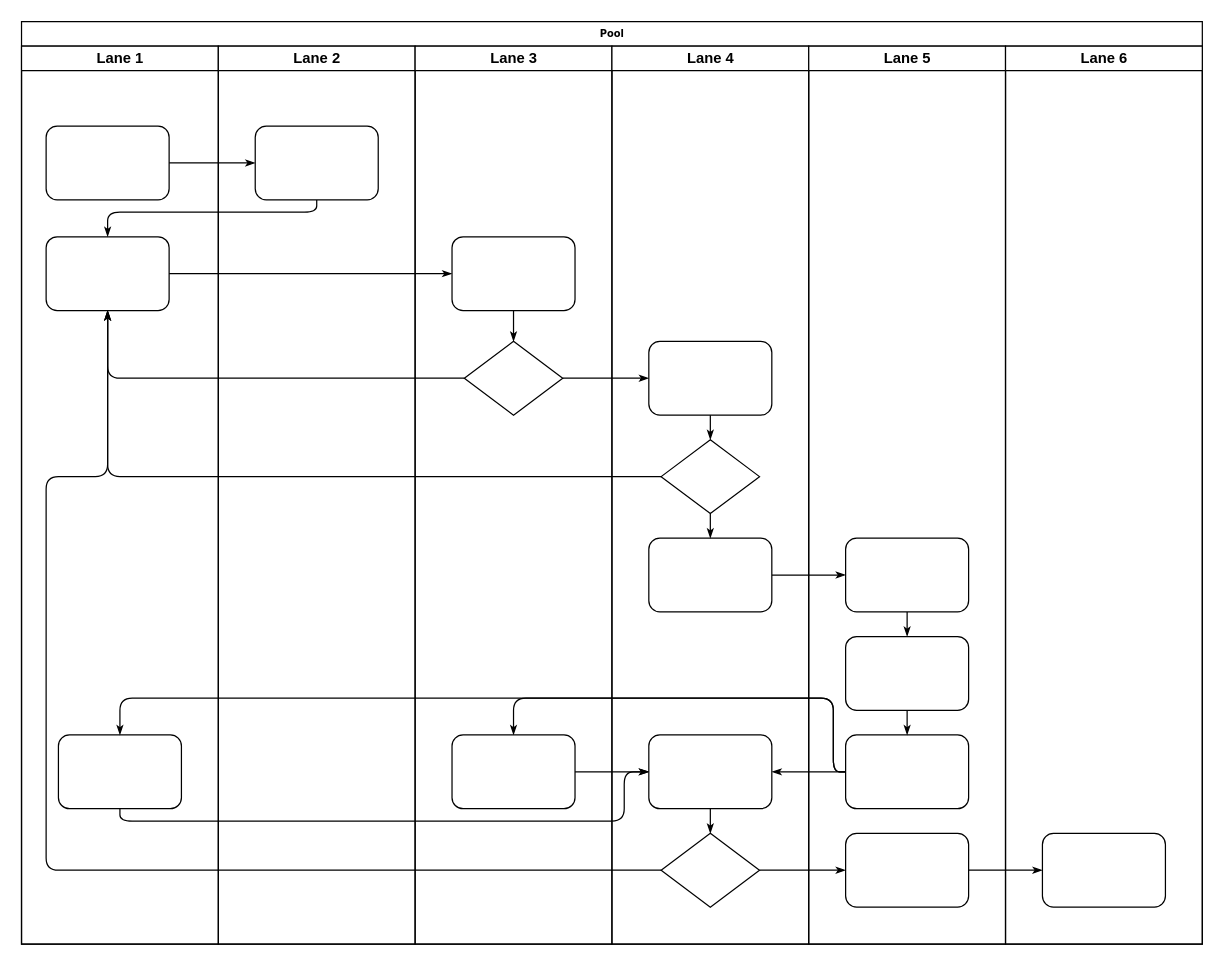
The draw.io diagram OpenDB.drawio in hayden-pzhou/drawioChart, before the edit. Source tidied: cells renumbered, new cells numbered last; positions are measured from the earlier drawing's top-left corner, leaving out a move shared by most shapes. Both pictures are drawn from the tidied source at 123%, with x=0, y=0 at pixel (21, 21).
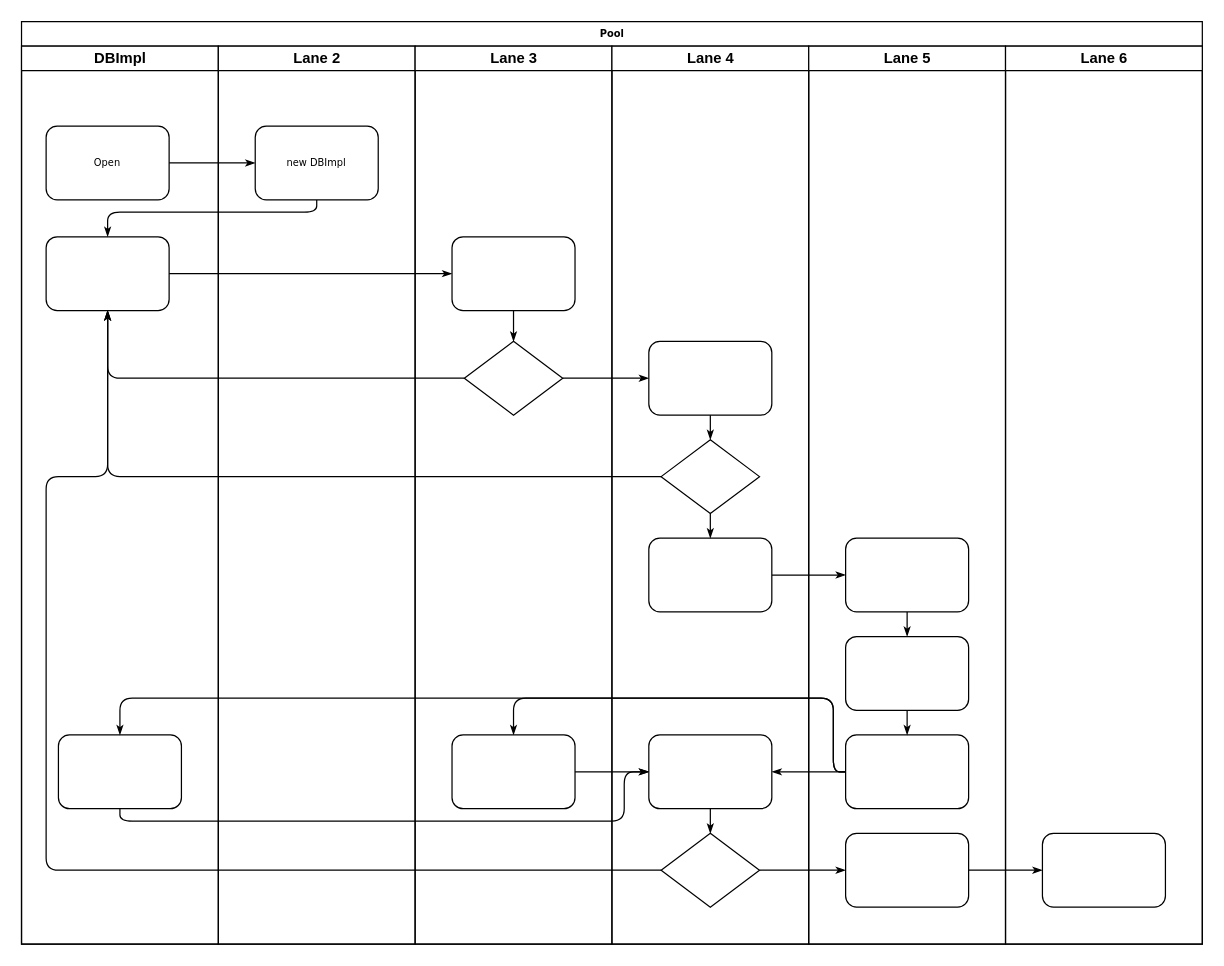
The same page after the edit.

Unchanged cells that the change refers to:
```xml
<mxCell id="2" value="Pool" style="swimlane;html=1;startSize=20;rounded=0;shadow=0;labelBackgroundColor=none;strokeWidth=1;fontFamily=Verdana;fontSize=8;align=center;" parent="1" vertex="1">
  <mxGeometry width="960" height="750" as="geometry" />
</mxCell>
<mxCell id="22" value="Lane 2" style="swimlane;html=1;startSize=20;" parent="2" vertex="1">
  <mxGeometry x="160" y="20" width="160" height="730" as="geometry" />
</mxCell>
```

Change to the diagram source:
```diff
@@
-    <mxCell id="3" value="Lane 1" style="swimlane;html=1;startSize=20;" parent="2" vertex="1">
+    <mxCell id="3" value="DBImpl" style="swimlane;html=1;startSize=20;" parent="2" vertex="1">
       <mxGeometry y="20" width="160" height="730" as="geometry" />
     </mxCell>
-    <mxCell id="4" style="rounded=1;whiteSpace=wrap;html=1;shadow=0;labelBackgroundColor=none;strokeWidth=1;fontFamily=Verdana;fontSize=8;align=center;" parent="3" vertex="1">
+    <mxCell id="4" value="Open" style="rounded=1;whiteSpace=wrap;html=1;shadow=0;labelBackgroundColor=none;strokeWidth=1;fontFamily=Verdana;fontSize=8;align=center;" parent="3" vertex="1">
       <mxGeometry x="20" y="65" width="100" height="60" as="geometry" />
     </mxCell>
@@
-    <mxCell id="23" style="rounded=1;whiteSpace=wrap;html=1;shadow=0;labelBackgroundColor=none;strokeWidth=1;fontFamily=Verdana;fontSize=8;align=center;" parent="22" vertex="1">
+    <mxCell id="23" value="new DBImpl" style="rounded=1;whiteSpace=wrap;html=1;shadow=0;labelBackgroundColor=none;strokeWidth=1;fontFamily=Verdana;fontSize=8;align=center;" parent="22" vertex="1">
       <mxGeometry x="30" y="65" width="100" height="60" as="geometry" />
     </mxCell>
```
